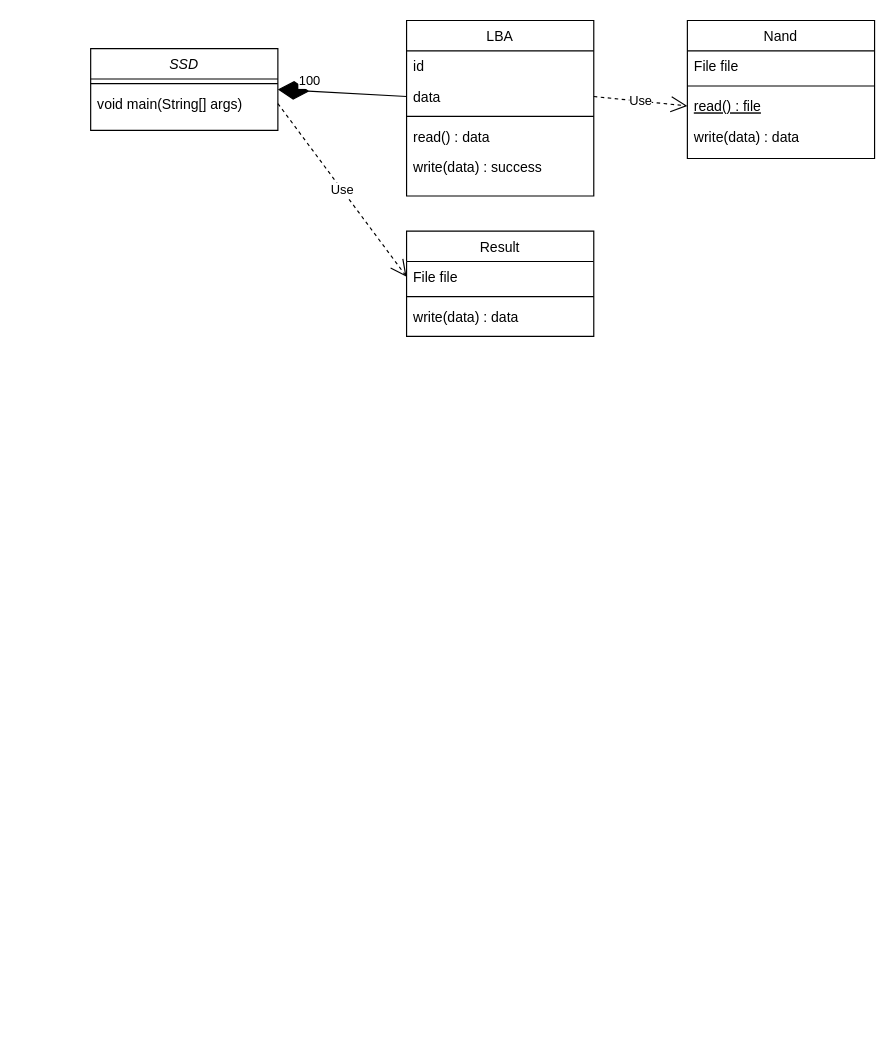
24CRA-TeamB/SolidStateDrive keeps this draw.io diagram as ClassDiagram.drawio. Above is the earlier version. Source tidied: cells renumbered, new cells numbered last; positions are measured from the earlier drawing's top-left corner, leaving out a move shared by most shapes. Both pictures are drawn from the tidied source at 117%, with x=0, y=0 at pixel (90, 20).
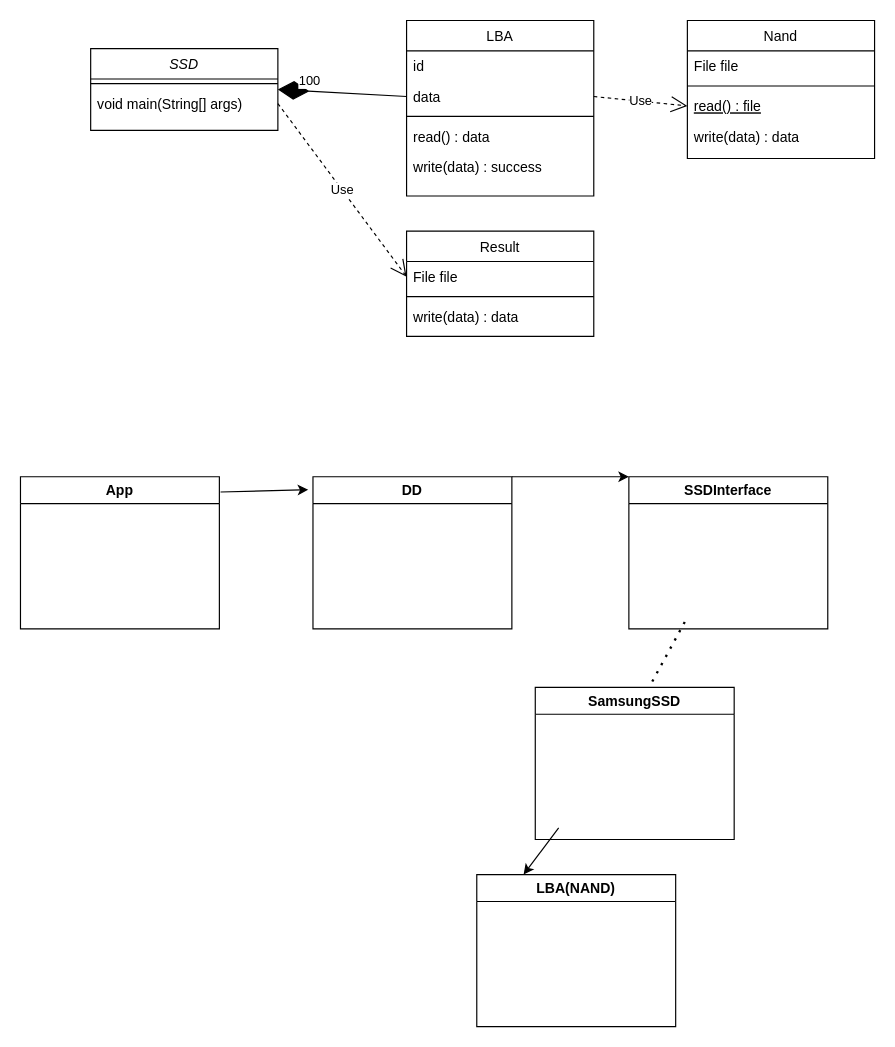
After the change.

Diff of the diagram source:
```diff
@@
+    <mxCell id="24" value="App" style="swimlane;whiteSpace=wrap;html=1;" parent="1" vertex="1">
+      <mxGeometry x="-60" y="390" width="170" height="130" as="geometry" />
+    </mxCell>
+    <mxCell id="25" value="DD" style="swimlane;whiteSpace=wrap;html=1;" parent="1" vertex="1">
+      <mxGeometry x="190" y="390" width="170" height="130" as="geometry" />
+    </mxCell>
+    <mxCell id="26" value="SSDInterface" style="swimlane;whiteSpace=wrap;html=1;" parent="1" vertex="1">
+      <mxGeometry x="460" y="390" width="170" height="130" as="geometry" />
+    </mxCell>
+    <mxCell id="27" value="SamsungSSD" style="swimlane;whiteSpace=wrap;html=1;" parent="1" vertex="1">
+      <mxGeometry x="380" y="570" width="170" height="130" as="geometry" />
+    </mxCell>
+    <mxCell id="28" value="LBA(NAND)" style="swimlane;whiteSpace=wrap;html=1;startSize=23;" parent="1" vertex="1">
+      <mxGeometry x="330" y="730" width="170" height="130" as="geometry" />
+    </mxCell>
+    <mxCell id="29" style="endArrow=classic;html=1;rounded=0;exitX=1.006;exitY=0.1;exitDx=0;exitDy=0;exitPerimeter=0;entryX=-0.024;entryY=0.085;entryDx=0;entryDy=0;entryPerimeter=0;" parent="1" edge="1" source="24" target="25">
+      <mxGeometry relative="1" as="geometry" />
+    </mxCell>
+    <mxCell id="30" style="endArrow=classic;html=1;rounded=0;entryX=0;entryY=0;entryDx=0;entryDy=0;exitX=1;exitY=0;exitDx=0;exitDy=0;" parent="1" edge="1" source="25" target="26">
+      <mxGeometry relative="1" as="geometry" />
+    </mxCell>
+    <mxCell id="31" style="endArrow=none;dashed=1;html=1;dashPattern=1 3;strokeWidth=2;rounded=0;" parent="1" edge="1">
+      <mxGeometry relative="1" as="geometry">
+        <mxPoint x="480" y="565" as="sourcePoint" />
+        <mxPoint x="510" y="510" as="targetPoint" />
+      </mxGeometry>
+    </mxCell>
+    <mxCell id="32" style="endArrow=classic;html=1;rounded=0;" parent="1" edge="1">
+      <mxGeometry relative="1" as="geometry">
+        <mxPoint x="400" y="690" as="sourcePoint" />
+        <mxPoint x="370" y="730" as="targetPoint" />
+      </mxGeometry>
+    </mxCell>
```
